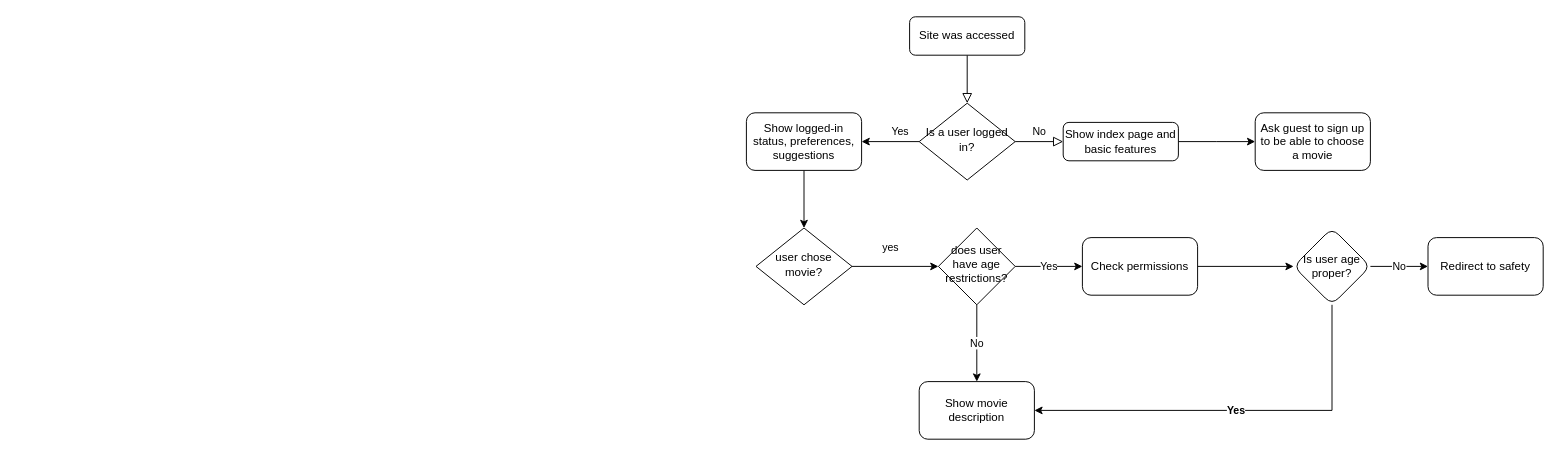
Above: video_club_diagram.drawio in projectario/VideoClub (draw.io), before the change. Source tidied: cells renumbered, new cells numbered last; positions are measured from the earlier drawing's top-left corner, leaving out a move shared by most shapes. Both pictures are drawn from the tidied source at 96%, with x=0, y=0 at pixel (746, 16).
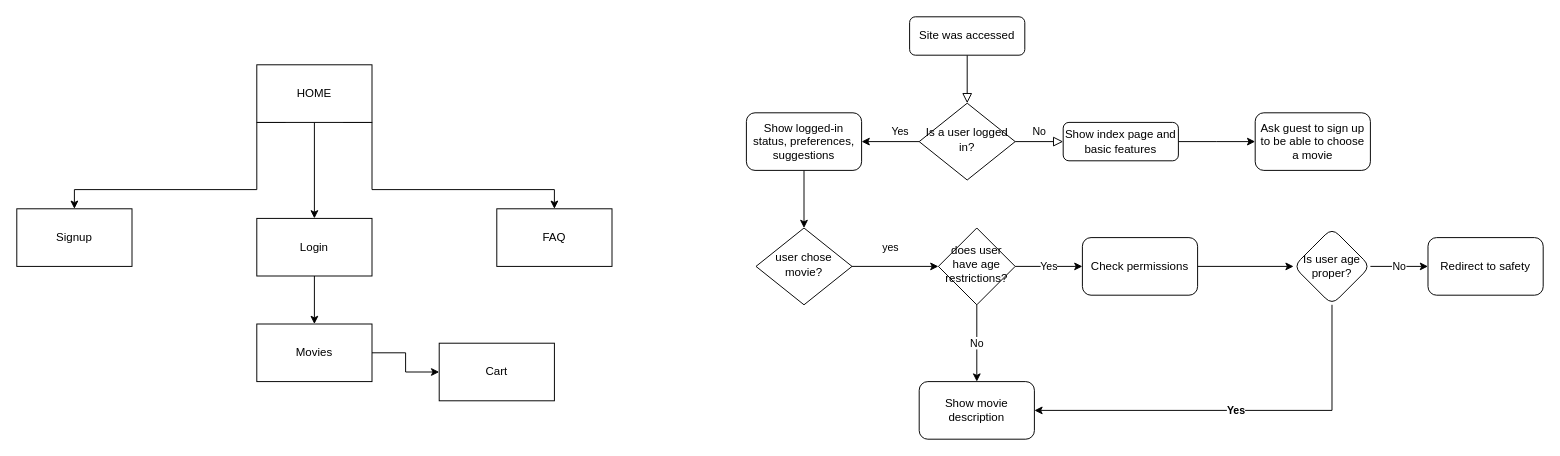
Above is the later version.

What changed in the source:
```diff
@@
+    <mxCell id="24" style="edgeStyle=orthogonalEdgeStyle;rounded=0;jettySize=auto;html=1;" parent="1" edge="1" source="27" target="29">
+      <mxGeometry relative="1" as="geometry" />
+    </mxCell>
+    <mxCell id="25" style="edgeStyle=orthogonalEdgeStyle;rounded=0;jettySize=auto;html=1;exitX=0.25;exitY=1;exitDx=0;exitDy=0;entryX=0.5;entryY=0;entryDx=0;entryDy=0;" parent="1" edge="1" source="27" target="30">
+      <mxGeometry relative="1" as="geometry">
+        <Array as="points">
+          <mxPoint x="-510" y="110" />
+          <mxPoint x="-510" y="180" />
+          <mxPoint x="-700" y="180" />
+        </Array>
+      </mxGeometry>
+    </mxCell>
+    <mxCell id="26" style="edgeStyle=orthogonalEdgeStyle;rounded=0;jettySize=auto;html=1;exitX=0.75;exitY=1;exitDx=0;exitDy=0;entryX=0.5;entryY=0;entryDx=0;entryDy=0;" parent="1" edge="1" source="27" target="35">
+      <mxGeometry relative="1" as="geometry">
+        <Array as="points">
+          <mxPoint x="-390" y="110" />
+          <mxPoint x="-390" y="180" />
+          <mxPoint x="-200" y="180" />
+        </Array>
+      </mxGeometry>
+    </mxCell>
+    <mxCell id="27" value="HOME" style="rounded=0;whiteSpace=wrap;html=1;" parent="1" vertex="1">
+      <mxGeometry x="-510" y="50" width="120" height="60" as="geometry" />
+    </mxCell>
+    <mxCell id="28" style="edgeStyle=orthogonalEdgeStyle;rounded=0;jettySize=auto;html=1;" parent="1" edge="1" source="29" target="32">
+      <mxGeometry relative="1" as="geometry" />
+    </mxCell>
+    <mxCell id="29" value="Login" style="rounded=0;whiteSpace=wrap;html=1;" parent="1" vertex="1">
+      <mxGeometry x="-510" y="210" width="120" height="60" as="geometry" />
+    </mxCell>
+    <mxCell id="30" value="Signup" style="rounded=0;whiteSpace=wrap;html=1;" parent="1" vertex="1">
+      <mxGeometry x="-760" y="200" width="120" height="60" as="geometry" />
+    </mxCell>
+    <mxCell id="31" style="edgeStyle=orthogonalEdgeStyle;rounded=0;jettySize=auto;html=1;" parent="1" edge="1" source="32" target="33">
+      <mxGeometry relative="1" as="geometry" />
+    </mxCell>
+    <mxCell id="32" value="Movies" style="rounded=0;whiteSpace=wrap;html=1;" parent="1" vertex="1">
+      <mxGeometry x="-510" y="320" width="120" height="60" as="geometry" />
+    </mxCell>
+    <mxCell id="33" value="Cart" style="rounded=0;whiteSpace=wrap;html=1;" parent="1" vertex="1">
+      <mxGeometry x="-320" y="340" width="120" height="60" as="geometry" />
+    </mxCell>
+    <mxCell id="34" style="edgeStyle=orthogonalEdgeStyle;rounded=0;orthogonalLoop=1;jettySize=auto;html=1;exitX=0.5;exitY=1;exitDx=0;exitDy=0;" parent="1" edge="1">
+      <mxGeometry relative="1" as="geometry">
+        <mxPoint x="-150" y="260" as="sourcePoint" />
+        <mxPoint x="-150" y="260" as="targetPoint" />
+      </mxGeometry>
+    </mxCell>
+    <mxCell id="35" value="&lt;div&gt;FAQ&lt;/div&gt;" style="rounded=0;whiteSpace=wrap;html=1;" parent="1" vertex="1">
+      <mxGeometry x="-260" y="200" width="120" height="60" as="geometry" />
+    </mxCell>
```
